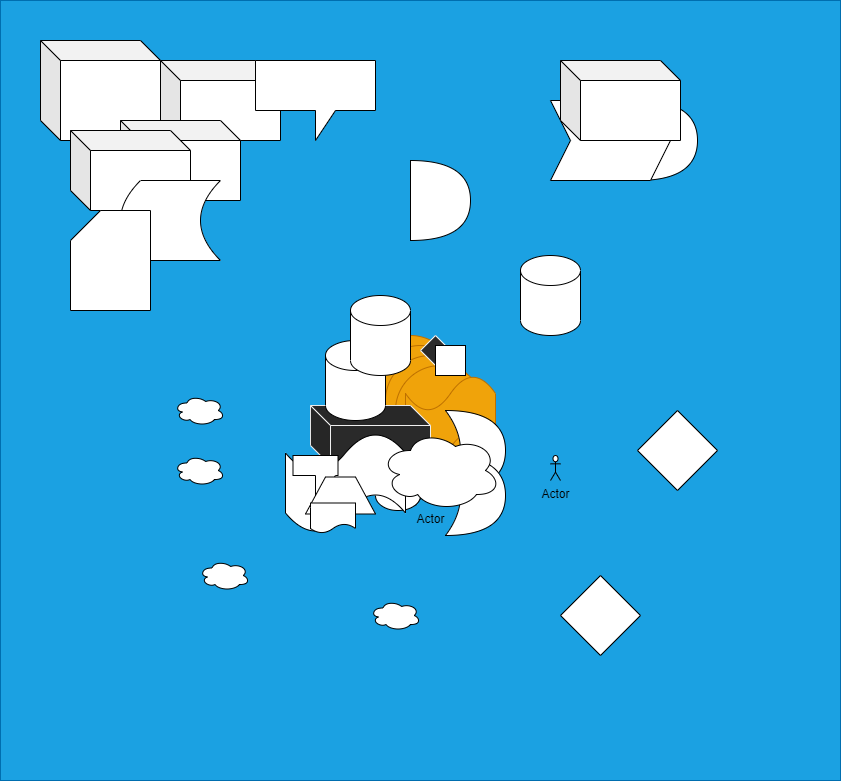
Earlier version of the draw.io export src/main/resources/NORMAL.png (Alexiscomete/convert_map). Source tidied: cells renumbered, new cells last; positions are measured from the earlier drawing's top-left corner, leaving out a move shared by most shapes.
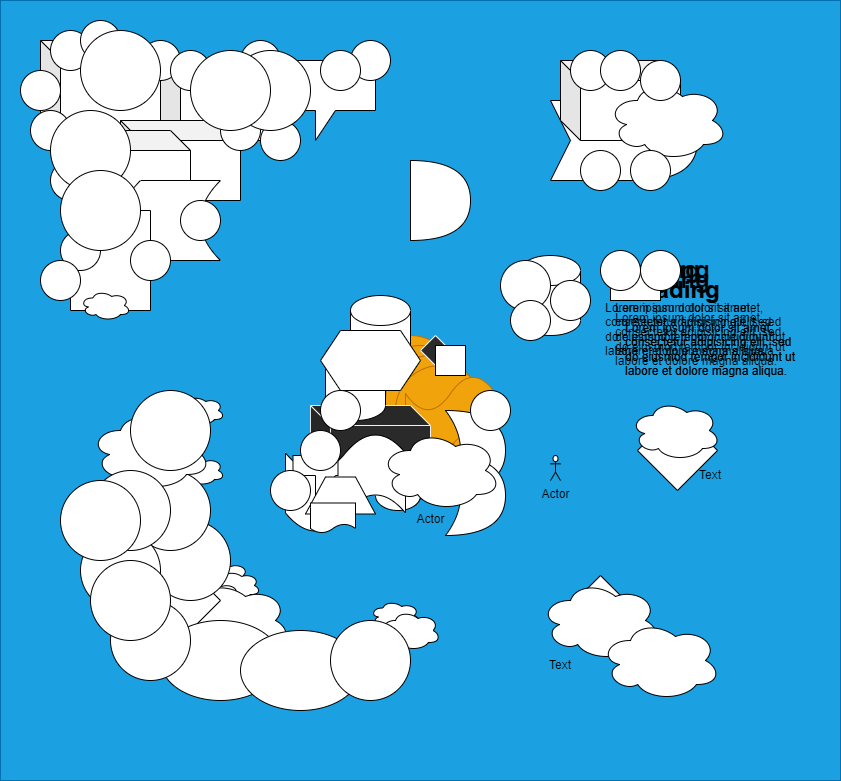
After the change.

Commit message:
suite NORMAL

Diff of the diagram source:
```diff
@@ -119,5 +119,209 @@
     <mxCell id="40" style="rounded=0;whiteSpace=wrap;html=1;" parent="1" vertex="1">
       <mxGeometry x="435" y="345" width="30" height="30" as="geometry" />
     </mxCell>
+    <mxCell id="41" style="ellipse;shape=cloud;whiteSpace=wrap;html=1;" parent="1" vertex="1">
+      <mxGeometry x="607" y="80" width="120" height="80" as="geometry" />
+    </mxCell>
+    <mxCell id="42" style="ellipse;shape=cloud;whiteSpace=wrap;html=1;" parent="1" vertex="1">
+      <mxGeometry x="630" y="400" width="90" height="60" as="geometry" />
+    </mxCell>
+    <mxCell id="43" value="&lt;h1&gt;Heading&lt;/h1&gt;&lt;p&gt;Lorem ipsum dolor sit amet, consectetur adipisicing elit, sed do eiusmod tempor incididunt ut labore et dolore magna aliqua.&lt;/p&gt;" style="text;html=1;strokeColor=none;fillColor=none;spacing=5;spacingTop=-20;whiteSpace=wrap;overflow=hidden;rounded=0;" parent="1" vertex="1">
+      <mxGeometry x="610" y="260" width="190" height="120" as="geometry" />
+    </mxCell>
+    <mxCell id="44" value="Text" style="text;html=1;strokeColor=none;fillColor=none;align=center;verticalAlign=middle;whiteSpace=wrap;rounded=0;" parent="1" vertex="1">
+      <mxGeometry x="680" y="460" width="60" height="30" as="geometry" />
+    </mxCell>
+    <mxCell id="45" style="ellipse;shape=cloud;whiteSpace=wrap;html=1;" parent="1" vertex="1">
+      <mxGeometry x="540" y="580" width="120" height="80" as="geometry" />
+    </mxCell>
+    <mxCell id="46" style="ellipse;shape=cloud;whiteSpace=wrap;html=1;" parent="1" vertex="1">
+      <mxGeometry x="600" y="620" width="120" height="80" as="geometry" />
+    </mxCell>
+    <mxCell id="47" value="Text" style="text;html=1;strokeColor=none;fillColor=none;align=center;verticalAlign=middle;whiteSpace=wrap;rounded=0;" parent="1" vertex="1">
+      <mxGeometry x="530" y="650" width="60" height="30" as="geometry" />
+    </mxCell>
+    <mxCell id="48" style="ellipse;shape=cloud;whiteSpace=wrap;html=1;" parent="1" vertex="1">
+      <mxGeometry x="380" y="610" width="60" height="40" as="geometry" />
+    </mxCell>
+    <mxCell id="49" style="shape=hexagon;perimeter=hexagonPerimeter2;whiteSpace=wrap;html=1;fixedSize=1;" parent="1" vertex="1">
+      <mxGeometry x="320" y="330" width="100" height="60" as="geometry" />
+    </mxCell>
+    <mxCell id="50" style="ellipse;whiteSpace=wrap;html=1;" parent="1" vertex="1">
+      <mxGeometry x="320" y="390" width="40" height="40" as="geometry" />
+    </mxCell>
+    <mxCell id="51" style="ellipse;whiteSpace=wrap;html=1;" parent="1" vertex="1">
+      <mxGeometry x="300" y="430" width="40" height="40" as="geometry" />
+    </mxCell>
+    <mxCell id="52" style="ellipse;whiteSpace=wrap;html=1;" parent="1" vertex="1">
+      <mxGeometry x="270" y="470" width="40" height="40" as="geometry" />
+    </mxCell>
+    <mxCell id="53" style="ellipse;whiteSpace=wrap;html=1;" parent="1" vertex="1">
+      <mxGeometry x="470" y="390" width="40" height="40" as="geometry" />
+    </mxCell>
+    <mxCell id="54" style="ellipse;whiteSpace=wrap;html=1;" parent="1" vertex="1">
+      <mxGeometry x="500" y="260" width="50" height="50" as="geometry" />
+    </mxCell>
+    <mxCell id="55" style="ellipse;whiteSpace=wrap;html=1;" parent="1" vertex="1">
+      <mxGeometry x="510" y="300" width="40" height="40" as="geometry" />
+    </mxCell>
+    <mxCell id="56" style="ellipse;whiteSpace=wrap;html=1;" parent="1" vertex="1">
+      <mxGeometry x="550" y="280" width="40" height="40" as="geometry" />
+    </mxCell>
+    <mxCell id="57" value="&lt;h1&gt;Heading&lt;/h1&gt;&lt;p&gt;Lorem ipsum dolor sit amet, consectetur adipisicing elit, sed do eiusmod tempor incididunt ut labore et dolore magna aliqua.&lt;/p&gt;" style="text;html=1;strokeColor=none;fillColor=none;spacing=5;spacingTop=-20;whiteSpace=wrap;overflow=hidden;rounded=0;" parent="1" vertex="1">
+      <mxGeometry x="620" y="270" width="190" height="120" as="geometry" />
+    </mxCell>
+    <mxCell id="58" value="&lt;h1&gt;Heading&lt;/h1&gt;&lt;p&gt;Lorem ipsum dolor sit amet, consectetur adipisicing elit, sed do eiusmod tempor incididunt ut labore et dolore magna aliqua.&lt;/p&gt;" style="text;html=1;strokeColor=none;fillColor=none;spacing=5;spacingTop=-20;whiteSpace=wrap;overflow=hidden;rounded=0;" parent="1" vertex="1">
+      <mxGeometry x="610" y="250" width="190" height="120" as="geometry" />
+    </mxCell>
+    <mxCell id="59" value="&lt;h1&gt;Heading&lt;/h1&gt;&lt;p&gt;Lorem ipsum dolor sit amet, consectetur adipisicing elit, sed do eiusmod tempor incididunt ut labore et dolore magna aliqua.&lt;/p&gt;" style="text;html=1;strokeColor=none;fillColor=none;spacing=5;spacingTop=-20;whiteSpace=wrap;overflow=hidden;rounded=0;" parent="1" vertex="1">
+      <mxGeometry x="600" y="250" width="190" height="120" as="geometry" />
+    </mxCell>
+    <mxCell id="60" value="&lt;h1&gt;Heading&lt;/h1&gt;&lt;p&gt;Lorem ipsum dolor sit amet, consectetur adipisicing elit, sed do eiusmod tempor incididunt ut labore et dolore magna aliqua.&lt;/p&gt;" style="text;html=1;strokeColor=none;fillColor=none;spacing=5;spacingTop=-20;whiteSpace=wrap;overflow=hidden;rounded=0;" parent="1" vertex="1">
+      <mxGeometry x="620" y="270" width="190" height="120" as="geometry" />
+    </mxCell>
+    <mxCell id="61" value="55555555" style="text;html=1;strokeColor=none;fillColor=none;align=center;verticalAlign=middle;whiteSpace=wrap;rounded=0;" parent="1" vertex="1">
+      <mxGeometry x="580" y="240" width="100" height="60" as="geometry" />
+    </mxCell>
+    <mxCell id="62" style="rounded=0;whiteSpace=wrap;html=1;" parent="1" vertex="1">
+      <mxGeometry x="610" y="270" width="50" height="30" as="geometry" />
+    </mxCell>
+    <mxCell id="63" style="ellipse;shape=cloud;whiteSpace=wrap;html=1;" parent="1" vertex="1">
+      <mxGeometry x="180" y="570" width="50" height="30" as="geometry" />
+    </mxCell>
+    <mxCell id="64" style="ellipse;shape=cloud;whiteSpace=wrap;html=1;" parent="1" vertex="1">
+      <mxGeometry x="210" y="570" width="50" height="30" as="geometry" />
+    </mxCell>
+    <mxCell id="65" style="ellipse;shape=cloud;whiteSpace=wrap;html=1;" parent="1" vertex="1">
+      <mxGeometry x="190" y="580" width="50" height="30" as="geometry" />
+    </mxCell>
+    <mxCell id="66" style="ellipse;shape=cloud;whiteSpace=wrap;html=1;" parent="1" vertex="1">
+      <mxGeometry x="80" y="290" width="50" height="30" as="geometry" />
+    </mxCell>
+    <mxCell id="67" style="ellipse;whiteSpace=wrap;html=1;" parent="1" vertex="1">
+      <mxGeometry x="130" y="240" width="40" height="40" as="geometry" />
+    </mxCell>
+    <mxCell id="68" style="ellipse;whiteSpace=wrap;html=1;" parent="1" vertex="1">
+      <mxGeometry x="180" y="200" width="40" height="40" as="geometry" />
+    </mxCell>
+    <mxCell id="69" style="ellipse;whiteSpace=wrap;html=1;" parent="1" vertex="1">
+      <mxGeometry x="60" y="230" width="40" height="40" as="geometry" />
+    </mxCell>
+    <mxCell id="70" style="ellipse;whiteSpace=wrap;html=1;" parent="1" vertex="1">
+      <mxGeometry x="40" y="260" width="40" height="40" as="geometry" />
+    </mxCell>
+    <mxCell id="71" style="ellipse;whiteSpace=wrap;html=1;" parent="1" vertex="1">
+      <mxGeometry x="50" y="160" width="40" height="40" as="geometry" />
+    </mxCell>
+    <mxCell id="72" style="ellipse;whiteSpace=wrap;html=1;" parent="1" vertex="1">
+      <mxGeometry x="30" y="110" width="40" height="40" as="geometry" />
+    </mxCell>
+    <mxCell id="73" style="ellipse;whiteSpace=wrap;html=1;" parent="1" vertex="1">
+      <mxGeometry x="140" y="40" width="40" height="40" as="geometry" />
+    </mxCell>
+    <mxCell id="74" style="ellipse;whiteSpace=wrap;html=1;" parent="1" vertex="1">
+      <mxGeometry x="170" y="50" width="40" height="40" as="geometry" />
+    </mxCell>
+    <mxCell id="75" style="ellipse;whiteSpace=wrap;html=1;" parent="1" vertex="1">
+      <mxGeometry x="220" y="110" width="40" height="40" as="geometry" />
+    </mxCell>
+    <mxCell id="76" style="ellipse;whiteSpace=wrap;html=1;" parent="1" vertex="1">
+      <mxGeometry x="50" y="30" width="40" height="40" as="geometry" />
+    </mxCell>
+    <mxCell id="77" style="ellipse;whiteSpace=wrap;html=1;" parent="1" vertex="1">
+      <mxGeometry x="80" y="20" width="40" height="40" as="geometry" />
+    </mxCell>
+    <mxCell id="78" style="ellipse;whiteSpace=wrap;html=1;" parent="1" vertex="1">
+      <mxGeometry x="240" y="40" width="40" height="40" as="geometry" />
+    </mxCell>
+    <mxCell id="79" style="ellipse;whiteSpace=wrap;html=1;" parent="1" vertex="1">
+      <mxGeometry x="260" y="120" width="40" height="40" as="geometry" />
+    </mxCell>
+    <mxCell id="80" style="ellipse;whiteSpace=wrap;html=1;" parent="1" vertex="1">
+      <mxGeometry x="20" y="70" width="40" height="40" as="geometry" />
+    </mxCell>
+    <mxCell id="81" style="ellipse;whiteSpace=wrap;html=1;" parent="1" vertex="1">
+      <mxGeometry x="350" y="40" width="40" height="40" as="geometry" />
+    </mxCell>
+    <mxCell id="82" style="ellipse;whiteSpace=wrap;html=1;" parent="1" vertex="1">
+      <mxGeometry x="320" y="50" width="40" height="40" as="geometry" />
+    </mxCell>
+    <mxCell id="83" style="ellipse;whiteSpace=wrap;html=1;" parent="1" vertex="1">
+      <mxGeometry x="640" y="250" width="40" height="40" as="geometry" />
+    </mxCell>
+    <mxCell id="84" style="ellipse;whiteSpace=wrap;html=1;" parent="1" vertex="1">
+      <mxGeometry x="630" y="150" width="40" height="40" as="geometry" />
+    </mxCell>
+    <mxCell id="85" style="ellipse;whiteSpace=wrap;html=1;" parent="1" vertex="1">
+      <mxGeometry x="580" y="150" width="40" height="40" as="geometry" />
+    </mxCell>
+    <mxCell id="86" style="ellipse;whiteSpace=wrap;html=1;" parent="1" vertex="1">
+      <mxGeometry x="570" y="50" width="40" height="40" as="geometry" />
+    </mxCell>
+    <mxCell id="87" style="ellipse;whiteSpace=wrap;html=1;" parent="1" vertex="1">
+      <mxGeometry x="600" y="50" width="40" height="40" as="geometry" />
+    </mxCell>
+    <mxCell id="88" style="ellipse;whiteSpace=wrap;html=1;" parent="1" vertex="1">
+      <mxGeometry x="600" y="250" width="40" height="40" as="geometry" />
+    </mxCell>
+    <mxCell id="89" style="ellipse;whiteSpace=wrap;html=1;" parent="1" vertex="1">
+      <mxGeometry x="640" y="60" width="40" height="40" as="geometry" />
+    </mxCell>
+    <mxCell id="90" style="ellipse;shape=cloud;whiteSpace=wrap;html=1;" parent="1" vertex="1">
+      <mxGeometry x="170" y="580" width="120" height="80" as="geometry" />
+    </mxCell>
+    <mxCell id="91" style="rhombus;whiteSpace=wrap;html=1;" parent="1" vertex="1">
+      <mxGeometry x="140" y="560" width="80" height="80" as="geometry" />
+    </mxCell>
+    <mxCell id="92" style="ellipse;whiteSpace=wrap;html=1;" parent="1" vertex="1">
+      <mxGeometry x="160" y="620" width="120" height="80" as="geometry" />
+    </mxCell>
+    <mxCell id="93" style="ellipse;whiteSpace=wrap;html=1;" parent="1" vertex="1">
+      <mxGeometry x="110" y="600" width="80" height="80" as="geometry" />
+    </mxCell>
+    <mxCell id="94" style="ellipse;whiteSpace=wrap;html=1;" parent="1" vertex="1">
+      <mxGeometry x="150" y="520" width="80" height="80" as="geometry" />
+    </mxCell>
+    <mxCell id="95" style="ellipse;whiteSpace=wrap;html=1;" parent="1" vertex="1">
+      <mxGeometry x="130" y="470" width="80" height="80" as="geometry" />
+    </mxCell>
+    <mxCell id="96" style="ellipse;shape=cloud;whiteSpace=wrap;html=1;" parent="1" vertex="1">
+      <mxGeometry x="90" y="410" width="120" height="80" as="geometry" />
+    </mxCell>
+    <mxCell id="97" style="ellipse;whiteSpace=wrap;html=1;" parent="1" vertex="1">
+      <mxGeometry x="80" y="530" width="80" height="80" as="geometry" />
+    </mxCell>
+    <mxCell id="98" style="ellipse;whiteSpace=wrap;html=1;" parent="1" vertex="1">
+      <mxGeometry x="90" y="470" width="80" height="80" as="geometry" />
+    </mxCell>
+    <mxCell id="99" style="ellipse;whiteSpace=wrap;html=1;" parent="1" vertex="1">
+      <mxGeometry x="90" y="560" width="80" height="80" as="geometry" />
+    </mxCell>
+    <mxCell id="100" style="ellipse;whiteSpace=wrap;html=1;" parent="1" vertex="1">
+      <mxGeometry x="130" y="390" width="80" height="80" as="geometry" />
+    </mxCell>
+    <mxCell id="101" style="ellipse;whiteSpace=wrap;html=1;" parent="1" vertex="1">
+      <mxGeometry x="60" y="480" width="80" height="80" as="geometry" />
+    </mxCell>
+    <mxCell id="102" style="ellipse;whiteSpace=wrap;html=1;" parent="1" vertex="1">
+      <mxGeometry x="240" y="630" width="120" height="80" as="geometry" />
+    </mxCell>
+    <mxCell id="103" style="ellipse;whiteSpace=wrap;html=1;" parent="1" vertex="1">
+      <mxGeometry x="330" y="620" width="80" height="80" as="geometry" />
+    </mxCell>
+    <mxCell id="104" style="ellipse;whiteSpace=wrap;html=1;" parent="1" vertex="1">
+      <mxGeometry x="230" y="50" width="80" height="80" as="geometry" />
+    </mxCell>
+    <mxCell id="105" style="ellipse;whiteSpace=wrap;html=1;" parent="1" vertex="1">
+      <mxGeometry x="50" y="110" width="80" height="80" as="geometry" />
+    </mxCell>
+    <mxCell id="106" style="ellipse;whiteSpace=wrap;html=1;" parent="1" vertex="1">
+      <mxGeometry x="80" y="30" width="80" height="80" as="geometry" />
+    </mxCell>
+    <mxCell id="107" style="ellipse;whiteSpace=wrap;html=1;" parent="1" vertex="1">
+      <mxGeometry x="190" y="50" width="80" height="80" as="geometry" />
+    </mxCell>
+    <mxCell id="108" style="ellipse;whiteSpace=wrap;html=1;" parent="1" vertex="1">
+      <mxGeometry x="60" y="170" width="80" height="80" as="geometry" />
+    </mxCell>
   </root>
 </mxGraphModel>
```
